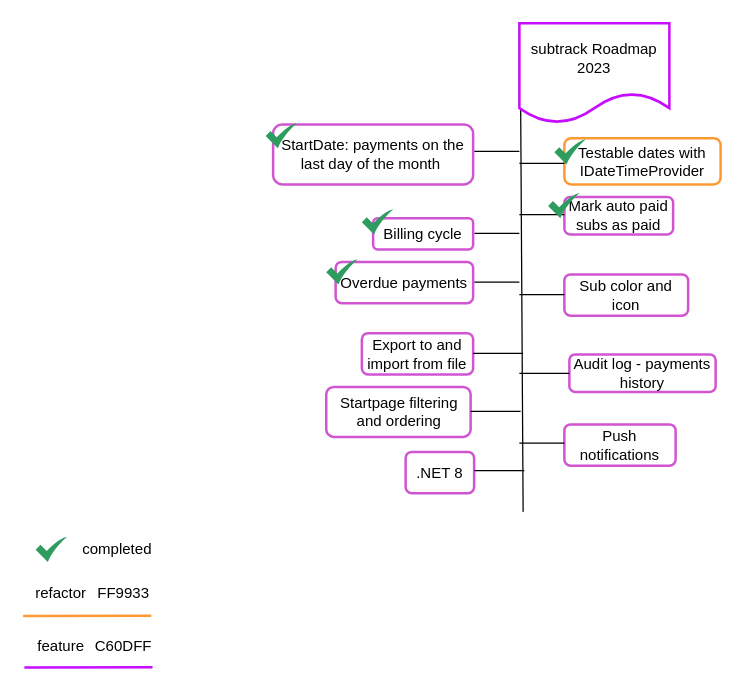
Code2Gether-Discord/subtrack keeps this draw.io diagram as docs/roadmap.drawio. Above is the earlier version. Source tidied: cells renumbered, new cells numbered last; positions are measured from the earlier drawing's top-left corner, leaving out a move shared by most shapes. Both pictures are drawn from the tidied source at 125%, with x=0, y=0 at pixel (22, 22).
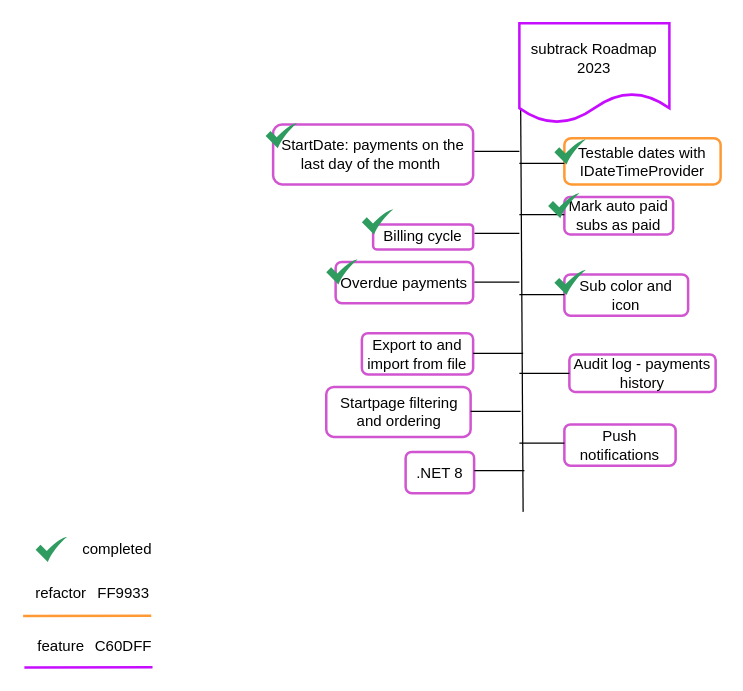
Above is the later version.

Diff of the diagram source:
```diff
@@
     <mxCell id="5" value="Billing cycle" style="rounded=1;whiteSpace=wrap;html=1;labelBackgroundColor=none;labelBorderColor=none;strokeColor=#D154D1;strokeWidth=2;fontColor=#030303;fillColor=#FFFFFF;" parent="1" vertex="1">
-      <mxGeometry x="280" y="156" width="80" height="25" as="geometry" />
+      <mxGeometry x="280" y="161" width="80" height="20" as="geometry" />
     </mxCell>
@@
+    <mxCell id="39" style="sketch=0;html=1;strokeColor=none;shadow=0;align=center;verticalAlign=top;fillColor=#2D9C5E;shape=mxgraph.gcp2.check;" parent="1" vertex="1">
+      <mxGeometry x="425" y="197.5" width="25" height="20" as="geometry" />
+    </mxCell>
```
